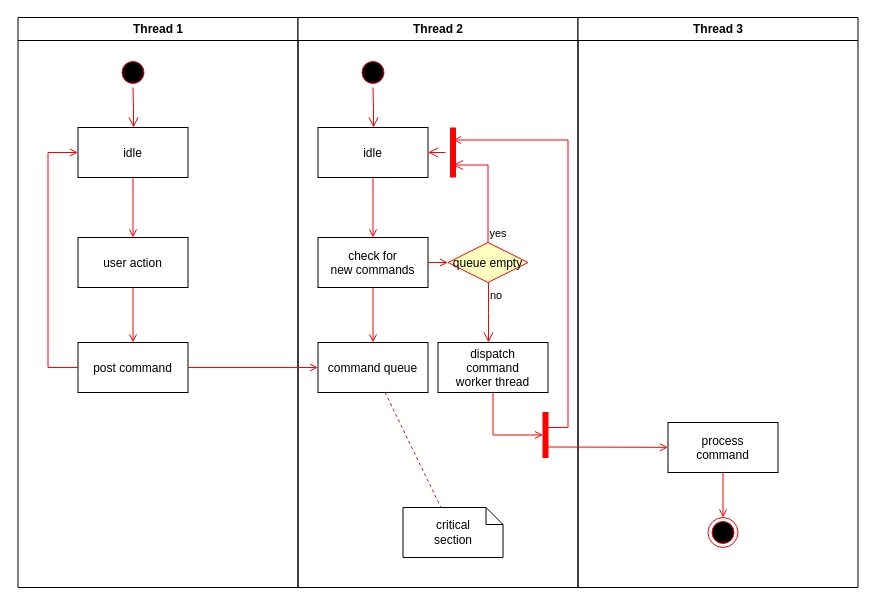
Earlier version of the draw.io diagram sistem_perpustakaan/proses hapus data.drawio (Maru-Yasa/PPL-Sistem-Perpustakaan). Source tidied: cells renumbered, new cells numbered last; positions are measured from the earlier drawing's top-left corner, leaving out a move shared by most shapes. Both pictures are drawn from the tidied source at 100%, with x=0, y=0 at pixel (17, 17).
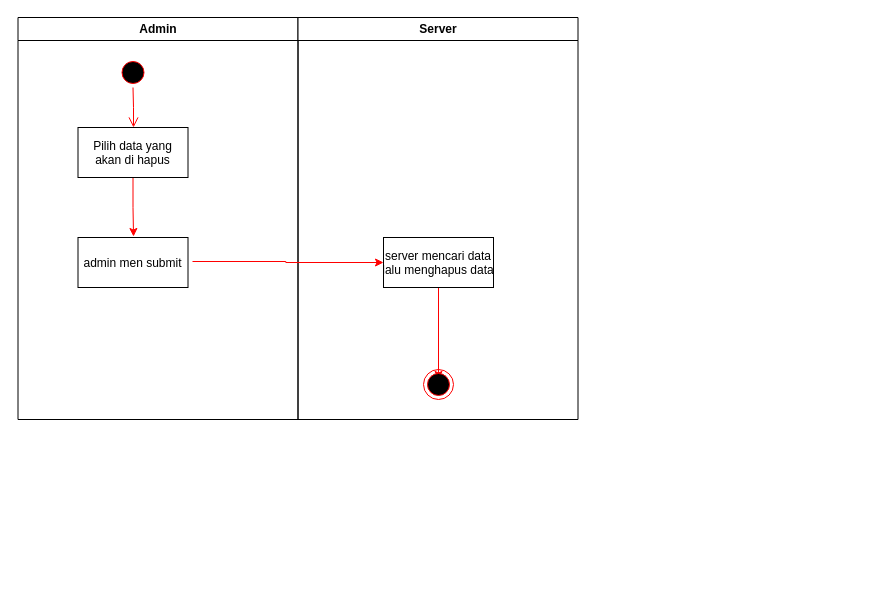
After the change.

Diff of the diagram source:
```diff
@@
-    <mxCell id="2" value="Thread 1" style="swimlane;whiteSpace=wrap;" parent="1" vertex="1">
-      <mxGeometry x="0.5" width="280" height="570" as="geometry" />
+    <mxCell id="2" value="Admin" style="swimlane;whiteSpace=wrap;" parent="1" vertex="1">
+      <mxGeometry x="0.5" width="280" height="402" as="geometry" />
     </mxCell>
@@
+    <mxCell id="7" style="edgeStyle=orthogonalEdgeStyle;rounded=0;jettySize=auto;html=1;entryX=0.505;entryY=-0.02;entryDx=0;entryDy=0;entryPerimeter=0;strokeColor=#FF0000;" parent="2" edge="1" source="5" target="6">
+      <mxGeometry relative="1" as="geometry" />
+    </mxCell>
-    <mxCell id="5" value="idle" parent="2" vertex="1">
+    <mxCell id="5" value="Pilih data yang&#10;akan di hapus" parent="2" vertex="1">
       <mxGeometry x="60" y="110" width="110" height="50" as="geometry" />
     </mxCell>
-    <mxCell id="6" value="user action" parent="2" vertex="1">
+    <mxCell id="6" value="admin men submit" parent="2" vertex="1">
       <mxGeometry x="60" y="220" width="110" height="50" as="geometry" />
     </mxCell>
-    <mxCell id="7" style="endArrow=open;strokeColor=#FF0000;endFill=1;rounded=0;" parent="2" edge="1" source="5" target="6">
-      <mxGeometry relative="1" as="geometry" />
-    </mxCell>
-    <mxCell id="8" value="post command" parent="2" vertex="1">
-      <mxGeometry x="60" y="325" width="110" height="50" as="geometry" />
-    </mxCell>
-    <mxCell id="9" style="endArrow=open;strokeColor=#FF0000;endFill=1;rounded=0;" parent="2" edge="1" source="6" target="8">
-      <mxGeometry relative="1" as="geometry" />
-    </mxCell>
-    <mxCell id="10" style="edgeStyle=elbowEdgeStyle;elbow=horizontal;strokeColor=#FF0000;endArrow=open;endFill=1;rounded=0;" parent="2" edge="1" source="8" target="5">
-      <mxGeometry relative="1" as="geometry">
-        <Array as="points">
-          <mxPoint x="30" y="250" />
-        </Array>
-      </mxGeometry>
-    </mxCell>
-    <mxCell id="11" value="Thread 2" style="swimlane;whiteSpace=wrap;" parent="1" vertex="1">
-      <mxGeometry x="280.5" width="280" height="570" as="geometry" />
+    <mxCell id="11" value="Server" style="swimlane;whiteSpace=wrap;startSize=23;" parent="1" vertex="1">
+      <mxGeometry x="280.5" width="280" height="402" as="geometry" />
     </mxCell>
-    <mxCell id="12" style="ellipse;shape=startState;fillColor=#000000;strokeColor=#ff0000;" parent="11" vertex="1">
-      <mxGeometry x="60" y="40" width="30" height="30" as="geometry" />
-    </mxCell>
-    <mxCell id="13" style="edgeStyle=elbowEdgeStyle;elbow=horizontal;verticalAlign=bottom;endArrow=open;endSize=8;strokeColor=#FF0000;endFill=1;rounded=0;" parent="11" edge="1" source="12" target="14">
-      <mxGeometry x="40" y="20" as="geometry" />
-    </mxCell>
-    <mxCell id="14" value="idle" parent="11" vertex="1">
-      <mxGeometry x="20" y="110" width="110" height="50" as="geometry" />
-    </mxCell>
+    <mxCell id="37" style="edgeStyle=orthogonalEdgeStyle;rounded=0;jettySize=auto;html=1;entryX=0.5;entryY=0.333;entryDx=0;entryDy=0;entryPerimeter=0;strokeColor=#FF0000;" parent="11" edge="1" source="15" target="38">
+      <mxGeometry relative="1" as="geometry" />
+    </mxCell>
-    <mxCell id="15" value="check for &#10;new commands" parent="11" vertex="1">
-      <mxGeometry x="20" y="220" width="110" height="50" as="geometry" />
+    <mxCell id="15" value="server mencari data&#10;lalu menghapus data" parent="11" vertex="1">
+      <mxGeometry x="85.5" y="220" width="110" height="50" as="geometry" />
     </mxCell>
-    <mxCell id="16" style="endArrow=open;strokeColor=#FF0000;endFill=1;rounded=0;" parent="11" edge="1" source="14" target="15">
-      <mxGeometry relative="1" as="geometry" />
-    </mxCell>
-    <mxCell id="17" value="command queue" parent="11" vertex="1">
-      <mxGeometry x="20" y="325" width="110" height="50" as="geometry" />
-    </mxCell>
-    <mxCell id="18" style="endArrow=open;strokeColor=#FF0000;endFill=1;rounded=0;" parent="11" edge="1" source="15" target="17">
-      <mxGeometry relative="1" as="geometry" />
-    </mxCell>
-    <mxCell id="19" value="queue empty" style="rhombus;fillColor=#ffffc0;strokeColor=#ff0000;" parent="11" vertex="1">
-      <mxGeometry x="150" y="225" width="80" height="40" as="geometry" />
-    </mxCell>
-    <mxCell id="20" value="yes" style="edgeStyle=elbowEdgeStyle;elbow=horizontal;align=left;verticalAlign=bottom;endArrow=open;endSize=8;strokeColor=#FF0000;exitX=0.5;exitY=0;endFill=1;rounded=0;entryX=0.75;entryY=0.5;entryPerimeter=0;" parent="11" edge="1" source="19" target="23">
-      <mxGeometry x="-1" relative="1" as="geometry">
-        <Array as="points">
-          <mxPoint x="190" y="180" />
-        </Array>
-      </mxGeometry>
-    </mxCell>
-    <mxCell id="21" value="no" style="edgeStyle=elbowEdgeStyle;elbow=horizontal;align=left;verticalAlign=top;endArrow=open;endSize=8;strokeColor=#FF0000;endFill=1;rounded=0;" parent="11" edge="1" source="19" target="25">
-      <mxGeometry x="-1" relative="1" as="geometry" />
-    </mxCell>
-    <mxCell id="22" style="endArrow=open;strokeColor=#FF0000;endFill=1;rounded=0;" parent="11" edge="1" source="15" target="19">
-      <mxGeometry relative="1" as="geometry" />
-    </mxCell>
-    <mxCell id="23" style="shape=line;strokeWidth=6;strokeColor=#ff0000;rotation=90;" parent="11" vertex="1">
-      <mxGeometry x="130" y="127.5" width="50" height="15" as="geometry" />
-    </mxCell>
-    <mxCell id="24" style="edgeStyle=elbowEdgeStyle;elbow=horizontal;verticalAlign=bottom;endArrow=open;endSize=8;strokeColor=#FF0000;endFill=1;rounded=0;" parent="11" edge="1" source="23" target="14">
-      <mxGeometry x="130" y="90" as="geometry" />
-    </mxCell>
-    <mxCell id="25" value="dispatch&#10;command&#10;worker thread" parent="11" vertex="1">
-      <mxGeometry x="140" y="325" width="110" height="50" as="geometry" />
-    </mxCell>
-    <mxCell id="26" value="critical&#10;section" style="shape=note;whiteSpace=wrap;size=17;" parent="11" vertex="1">
-      <mxGeometry x="105" y="490" width="100" height="50" as="geometry" />
-    </mxCell>
-    <mxCell id="27" style="endArrow=none;strokeColor=#FF0000;endFill=0;rounded=0;dashed=1;" parent="11" edge="1" source="17" target="26">
-      <mxGeometry relative="1" as="geometry" />
-    </mxCell>
-    <mxCell id="28" style="whiteSpace=wrap;strokeColor=#FF0000;fillColor=#FF0000;" parent="11" vertex="1">
-      <mxGeometry x="245" y="395" width="5" height="45" as="geometry" />
-    </mxCell>
-    <mxCell id="29" style="edgeStyle=elbowEdgeStyle;elbow=horizontal;entryX=0;entryY=0.5;strokeColor=#FF0000;endArrow=open;endFill=1;rounded=0;" parent="11" edge="1" source="25" target="28">
-      <mxGeometry relative="1" as="geometry">
-        <Array as="points">
-          <mxPoint x="195" y="400" />
-        </Array>
-      </mxGeometry>
-    </mxCell>
-    <mxCell id="30" value="Thread 3" style="swimlane;whiteSpace=wrap;" parent="1" vertex="1">
-      <mxGeometry x="560.5" width="280" height="570" as="geometry" />
-    </mxCell>
-    <mxCell id="31" value="process&#10;command" parent="30" vertex="1">
-      <mxGeometry x="90" y="405" width="110" height="50" as="geometry" />
-    </mxCell>
-    <mxCell id="32" style="edgeStyle=elbowEdgeStyle;elbow=horizontal;strokeColor=#FF0000;endArrow=open;endFill=1;rounded=0;entryX=0.25;entryY=0.5;entryPerimeter=0;" parent="30" edge="1" target="23">
-      <mxGeometry relative="1" as="geometry">
-        <mxPoint x="-30" y="410" as="sourcePoint" />
-        <Array as="points">
-          <mxPoint x="-10" y="135" />
-        </Array>
-      </mxGeometry>
-    </mxCell>
-    <mxCell id="33" style="edgeStyle=none;strokeColor=#FF0000;endArrow=open;endFill=1;rounded=0;" parent="30" edge="1" target="31">
-      <mxGeometry relative="1" as="geometry">
-        <mxPoint x="-30" y="429.5" as="sourcePoint" />
-      </mxGeometry>
-    </mxCell>
-    <mxCell id="34" style="ellipse;shape=endState;fillColor=#000000;strokeColor=#ff0000;" parent="30" vertex="1">
-      <mxGeometry x="130" y="500" width="30" height="30" as="geometry" />
-    </mxCell>
-    <mxCell id="35" style="endArrow=open;strokeColor=#FF0000;endFill=1;rounded=0;" parent="30" edge="1" source="31" target="34">
-      <mxGeometry relative="1" as="geometry" />
-    </mxCell>
-    <mxCell id="36" style="endArrow=open;strokeColor=#FF0000;endFill=1;rounded=0;" parent="1" edge="1" source="8" target="17">
-      <mxGeometry relative="1" as="geometry" />
-    </mxCell>
+    <mxCell id="38" style="ellipse;html=1;shape=endState;fillColor=#000000;strokeColor=#ff0000;" parent="11" vertex="1">
+      <mxGeometry x="125.5" y="352" width="30" height="30" as="geometry" />
+    </mxCell>
+    <mxCell id="39" style="edgeStyle=orthogonalEdgeStyle;rounded=0;jettySize=auto;html=1;entryX=0;entryY=0.5;entryDx=0;entryDy=0;entryPerimeter=0;strokeColor=#FF0000;exitX=1.041;exitY=0.48;exitDx=0;exitDy=0;exitPerimeter=0;" parent="1" edge="1" source="6" target="15">
+      <mxGeometry relative="1" as="geometry" />
+    </mxCell>
```
